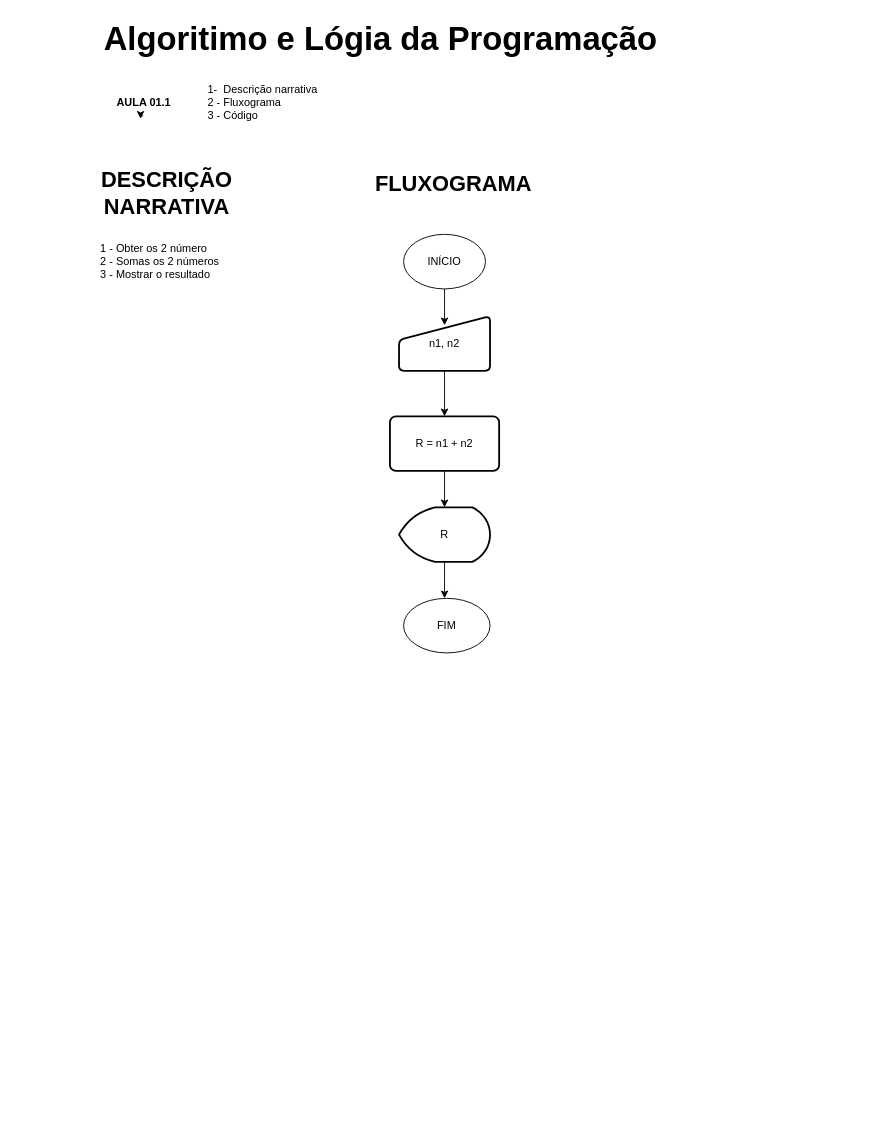
ligialopes88/estudos-python keeps this draw.io diagram as diagrama_aula_01-1.drawio. Above is the earlier version. Source tidied: cells renumbered, new cells numbered last; positions are measured from the earlier drawing's top-left corner, leaving out a move shared by most shapes. Both pictures are drawn from the tidied source at 91%, with x=0, y=0 at pixel (80, 15).
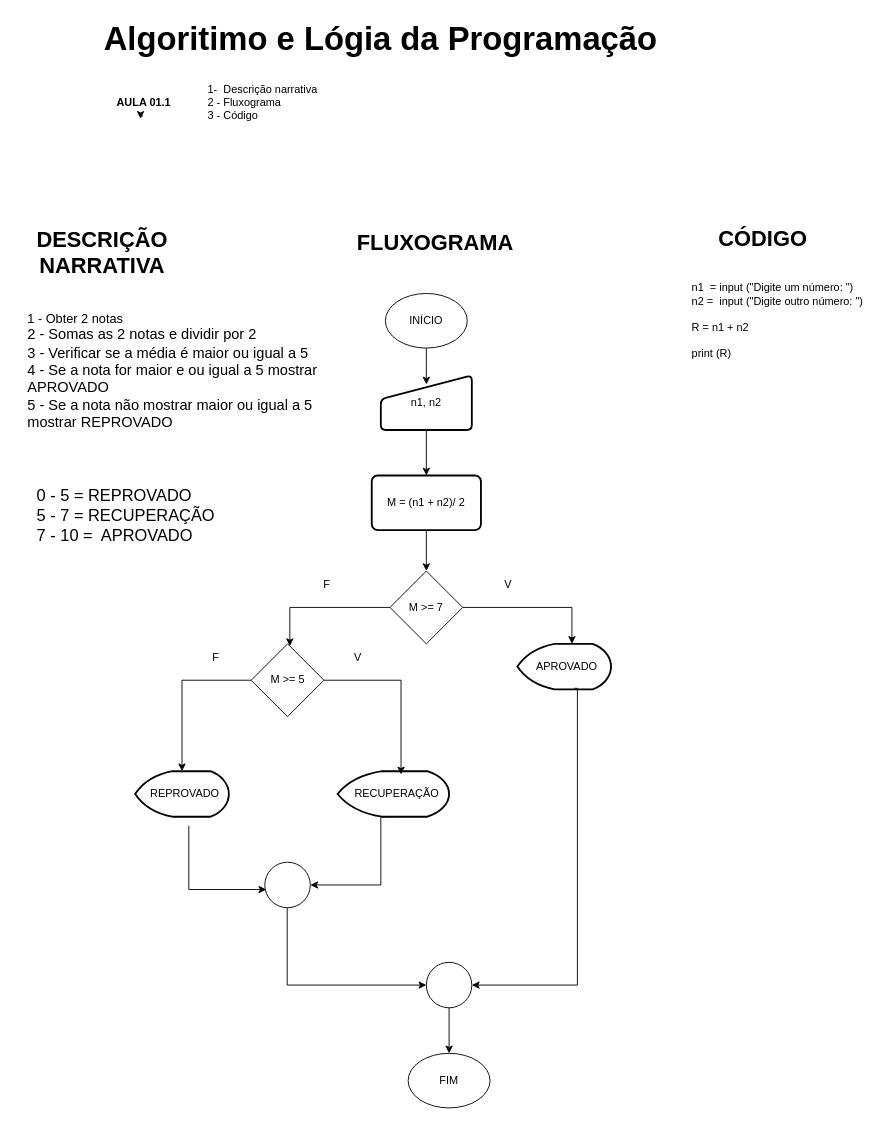
The same page after the edit.

Change to the diagram source:
```diff
@@
-    <mxCell id="6" value="&lt;div style=&quot;&quot;&gt;&lt;span style=&quot;background-color: transparent; color: light-dark(rgb(0, 0, 0), rgb(255, 255, 255));&quot;&gt;1 - Obter os 2 número&lt;/span&gt;&lt;/div&gt;&lt;div style=&quot;&quot;&gt;2 - Somas os 2 números&lt;/div&gt;&lt;div style=&quot;&quot;&gt;3 - Mostrar o resultado&lt;/div&gt;" style="text;html=1;whiteSpace=wrap;strokeColor=none;fillColor=none;align=left;verticalAlign=middle;rounded=0;" parent="1" vertex="1">
-      <mxGeometry x="20" y="255" width="180" height="30" as="geometry" />
+    <mxCell id="6" value="&lt;div style=&quot;&quot;&gt;&lt;span style=&quot;background-color: transparent; color: light-dark(rgb(0, 0, 0), rgb(255, 255, 255));&quot;&gt;&lt;font style=&quot;font-size: 14px;&quot;&gt;1 - Obter 2 notas&lt;/font&gt;&lt;/span&gt;&lt;/div&gt;&lt;div style=&quot;&quot;&gt;&lt;font size=&quot;3&quot;&gt;2 - Somas as 2 notas e dividir por 2&lt;/font&gt;&lt;/div&gt;&lt;div style=&quot;&quot;&gt;&lt;font size=&quot;3&quot;&gt;3 - Verificar se a média é maior ou igual a 5&lt;/font&gt;&lt;/div&gt;&lt;div style=&quot;&quot;&gt;&lt;font size=&quot;3&quot;&gt;4 - Se a nota for maior e ou igual a 5 mostrar APROVADO&lt;/font&gt;&lt;/div&gt;&lt;div style=&quot;&quot;&gt;&lt;font size=&quot;3&quot;&gt;5 - Se a nota não mostrar maior ou igual a 5 mostrar REPROVADO&lt;/font&gt;&lt;/div&gt;" style="text;html=1;whiteSpace=wrap;strokeColor=none;fillColor=none;align=left;verticalAlign=middle;rounded=0;" parent="1" vertex="1">
+      <mxGeometry x="-60" y="300" width="361" height="180" as="geometry" />
     </mxCell>
     <mxCell id="7" value="&lt;font style=&quot;font-size: 24px;&quot;&gt;&lt;b&gt;DESCRIÇÃO NARRATIVA&lt;/b&gt;&lt;/font&gt;" style="text;html=1;whiteSpace=wrap;strokeColor=none;fillColor=none;align=center;verticalAlign=middle;rounded=0;" parent="1" vertex="1">
-      <mxGeometry y="180" width="190" height="30" as="geometry" />
+      <mxGeometry x="-71" y="245" width="190" height="30" as="geometry" />
     </mxCell>
     <mxCell id="8" style="edgeStyle=orthogonalEdgeStyle;rounded=0;jettySize=auto;html=1;" parent="1" edge="1" source="9">
       <mxGeometry relative="1" as="geometry">
-        <mxPoint x="400" y="340" as="targetPoint" />
+        <mxPoint x="380" y="405" as="targetPoint" />
       </mxGeometry>
     </mxCell>
     <mxCell id="9" value="INÍCIO" style="ellipse;whiteSpace=wrap;html=1;" parent="1" vertex="1">
-      <mxGeometry x="355" y="240" width="90" height="60" as="geometry" />
+      <mxGeometry x="335" y="305" width="90" height="60" as="geometry" />
     </mxCell>
@@
     <mxCell id="11" value="n1, n2" style="html=1;strokeWidth=2;shape=manualInput;whiteSpace=wrap;rounded=1;size=26;arcSize=11;" parent="1" vertex="1">
-      <mxGeometry x="350" y="330" width="100" height="60" as="geometry" />
+      <mxGeometry x="330" y="395" width="100" height="60" as="geometry" />
     </mxCell>
-    <mxCell id="12" style="edgeStyle=orthogonalEdgeStyle;rounded=0;jettySize=auto;html=1;" parent="1" edge="1" source="13" target="15">
+    <mxCell id="12" style="edgeStyle=orthogonalEdgeStyle;rounded=0;jettySize=auto;html=1;" parent="1" edge="1" source="13" target="22">
       <mxGeometry relative="1" as="geometry" />
     </mxCell>
-    <mxCell id="13" value="R = n1 + n2" style="whiteSpace=wrap;html=1;strokeWidth=2;rounded=1;arcSize=11;" parent="1" vertex="1">
-      <mxGeometry x="340" y="440" width="120" height="60" as="geometry" />
+    <mxCell id="13" value="M = (n1 + n2)/ 2" style="whiteSpace=wrap;html=1;strokeWidth=2;rounded=1;arcSize=11;" parent="1" vertex="1">
+      <mxGeometry x="320" y="505" width="120" height="60" as="geometry" />
     </mxCell>
-    <mxCell id="14" style="edgeStyle=orthogonalEdgeStyle;rounded=0;jettySize=auto;html=1;" parent="1" edge="1" source="15">
-      <mxGeometry relative="1" as="geometry">
-        <mxPoint x="400" y="640" as="targetPoint" />
-      </mxGeometry>
-    </mxCell>
-    <mxCell id="15" value="R" style="strokeWidth=2;html=1;shape=mxgraph.flowchart.display;whiteSpace=wrap;" parent="1" vertex="1">
-      <mxGeometry x="350" y="540" width="100" height="60" as="geometry" />
-    </mxCell>
+    <mxCell id="17" value="&lt;font style=&quot;font-size: 24px;&quot;&gt;&lt;b style=&quot;&quot;&gt;FLUXOGRAMA&lt;/b&gt;&lt;/font&gt;" style="text;html=1;whiteSpace=wrap;strokeColor=none;fillColor=none;align=center;verticalAlign=middle;rounded=0;" parent="1" vertex="1">
+      <mxGeometry x="360" y="235" width="60" height="30" as="geometry" />
+    </mxCell>
+    <mxCell id="18" value="&lt;font style=&quot;font-size: 24px;&quot;&gt;&lt;b style=&quot;&quot;&gt;CÓDIGO&lt;/b&gt;&lt;/font&gt;" style="text;html=1;whiteSpace=wrap;strokeColor=none;fillColor=none;align=center;verticalAlign=middle;rounded=0;" parent="1" vertex="1">
+      <mxGeometry x="720" y="230" width="60" height="30" as="geometry" />
+    </mxCell>
+    <mxCell id="19" value="&lt;div style=&quot;&quot;&gt;n1&amp;nbsp; = input (&quot;Digite um número: &quot;)&lt;/div&gt;&lt;div style=&quot;&quot;&gt;n2 =&amp;nbsp; input (&quot;Digite outro número: &quot;)&lt;/div&gt;&lt;div style=&quot;&quot;&gt;&lt;br&gt;&lt;/div&gt;&lt;div style=&quot;&quot;&gt;R = n1 + n2&lt;/div&gt;&lt;div style=&quot;&quot;&gt;&lt;br&gt;&lt;/div&gt;&lt;div style=&quot;&quot;&gt;print (R)&lt;/div&gt;" style="text;html=1;whiteSpace=wrap;strokeColor=none;fillColor=none;align=left;verticalAlign=middle;rounded=0;" parent="1" vertex="1">
+      <mxGeometry x="670" y="320" width="210" height="30" as="geometry" />
+    </mxCell>
+    <mxCell id="20" style="edgeStyle=orthogonalEdgeStyle;rounded=0;jettySize=auto;html=1;" parent="1" edge="1" source="22" target="23">
+      <mxGeometry relative="1" as="geometry">
+        <Array as="points">
+          <mxPoint x="540" y="650" />
+        </Array>
+      </mxGeometry>
+    </mxCell>
+    <mxCell id="21" style="edgeStyle=orthogonalEdgeStyle;rounded=0;jettySize=auto;html=1;" parent="1" edge="1" source="32" target="24">
+      <mxGeometry relative="1" as="geometry" />
+    </mxCell>
+    <mxCell id="22" value="M &amp;gt;= 7" style="rhombus;whiteSpace=wrap;html=1;" parent="1" vertex="1">
+      <mxGeometry x="340" y="610" width="80" height="80" as="geometry" />
+    </mxCell>
+    <mxCell id="23" value="&amp;nbsp; APROVADO" style="strokeWidth=2;html=1;shape=mxgraph.flowchart.display;whiteSpace=wrap;" parent="1" vertex="1">
+      <mxGeometry x="480" y="690" width="103" height="50" as="geometry" />
+    </mxCell>
+    <mxCell id="24" value="&amp;nbsp; REPROVADO" style="strokeWidth=2;html=1;shape=mxgraph.flowchart.display;whiteSpace=wrap;" parent="1" vertex="1">
+      <mxGeometry x="60" y="830" width="103" height="50" as="geometry" />
+    </mxCell>
+    <mxCell id="25" value="V" style="text;html=1;whiteSpace=wrap;strokeColor=none;fillColor=none;align=center;verticalAlign=middle;rounded=0;" parent="1" vertex="1">
+      <mxGeometry x="440" y="610" width="60" height="30" as="geometry" />
+    </mxCell>
+    <mxCell id="26" value="F" style="text;html=1;whiteSpace=wrap;strokeColor=none;fillColor=none;align=center;verticalAlign=middle;rounded=0;" parent="1" vertex="1">
+      <mxGeometry x="241" y="610" width="60" height="30" as="geometry" />
+    </mxCell>
+    <mxCell id="27" style="edgeStyle=orthogonalEdgeStyle;rounded=0;jettySize=auto;html=1;" parent="1" edge="1" source="28" target="16">
+      <mxGeometry relative="1" as="geometry">
+        <Array as="points">
+          <mxPoint x="405" y="1200" />
+          <mxPoint x="405" y="1200" />
+        </Array>
+      </mxGeometry>
+    </mxCell>
+    <mxCell id="28" style="ellipse;whiteSpace=wrap;html=1;" parent="1" vertex="1">
+      <mxGeometry x="380" y="1040" width="50" height="50" as="geometry" />
+    </mxCell>
+    <mxCell id="29" style="edgeStyle=orthogonalEdgeStyle;rounded=0;jettySize=auto;html=1;exitX=0.61;exitY=0.977;exitDx=0;exitDy=0;exitPerimeter=0;entryX=1;entryY=0.5;entryDx=0;entryDy=0;" parent="1" edge="1" source="23" target="28">
+      <mxGeometry relative="1" as="geometry">
+        <Array as="points">
+          <mxPoint x="546" y="739" />
+          <mxPoint x="546" y="1065" />
+        </Array>
+      </mxGeometry>
+    </mxCell>
     <mxCell id="16" value="FIM" style="ellipse;whiteSpace=wrap;html=1;" parent="1" vertex="1">
-      <mxGeometry x="355" y="640" width="95" height="60" as="geometry" />
+      <mxGeometry x="360" y="1140" width="90" height="60" as="geometry" />
     </mxCell>
-    <mxCell id="17" value="&lt;font style=&quot;font-size: 24px;&quot;&gt;&lt;b style=&quot;&quot;&gt;FLUXOGRAMA&lt;/b&gt;&lt;/font&gt;" style="text;html=1;whiteSpace=wrap;strokeColor=none;fillColor=none;align=center;verticalAlign=middle;rounded=0;" parent="1" vertex="1">
-      <mxGeometry x="380" y="170" width="60" height="30" as="geometry" />
-    </mxCell>
+    <mxCell id="30" value="&lt;div style=&quot;text-align: left;&quot;&gt;&lt;span style=&quot;font-size: 18px; background-color: transparent; color: light-dark(rgb(0, 0, 0), rgb(255, 255, 255));&quot;&gt;0 - 5 = REPROVADO&lt;/span&gt;&lt;/div&gt;&lt;div&gt;&lt;font style=&quot;font-size: 18px;&quot;&gt;5 - 7 = RECUPERAÇÃO&lt;/font&gt;&lt;/div&gt;&lt;div style=&quot;text-align: left;&quot;&gt;&lt;font style=&quot;font-size: 18px;&quot;&gt;7 - 10 =&amp;nbsp; APROVADO&lt;/font&gt;&lt;/div&gt;" style="text;html=1;whiteSpace=wrap;strokeColor=none;fillColor=none;align=center;verticalAlign=middle;rounded=0;" parent="1" vertex="1">
+      <mxGeometry x="-60" y="490" width="220" height="120" as="geometry" />
+    </mxCell>
+    <mxCell id="31" style="edgeStyle=orthogonalEdgeStyle;rounded=0;jettySize=auto;html=1;" parent="1" edge="1" source="22" target="32">
+      <mxGeometry relative="1" as="geometry">
+        <Array as="points">
+          <mxPoint x="230" y="650" />
+        </Array>
+      </mxGeometry>
+    </mxCell>
+    <mxCell id="32" value="M &amp;gt;= 5" style="rhombus;whiteSpace=wrap;html=1;" parent="1" vertex="1">
+      <mxGeometry x="187.5" y="690" width="80" height="80" as="geometry" />
+    </mxCell>
+    <mxCell id="33" value="&amp;nbsp; RECUPERAÇÃO" style="strokeWidth=2;html=1;shape=mxgraph.flowchart.display;whiteSpace=wrap;" parent="1" vertex="1">
+      <mxGeometry x="282.5" y="830" width="122.5" height="50" as="geometry" />
+    </mxCell>
+    <mxCell id="34" style="edgeStyle=orthogonalEdgeStyle;rounded=0;jettySize=auto;html=1;exitX=1;exitY=0.5;exitDx=0;exitDy=0;entryX=0.569;entryY=0.07;entryDx=0;entryDy=0;entryPerimeter=0;" parent="1" edge="1" source="32" target="33">
+      <mxGeometry relative="1" as="geometry">
+        <Array as="points">
+          <mxPoint x="352" y="730" />
+        </Array>
+      </mxGeometry>
+    </mxCell>
+    <mxCell id="35" value="F" style="text;html=1;whiteSpace=wrap;strokeColor=none;fillColor=none;align=center;verticalAlign=middle;rounded=0;" parent="1" vertex="1">
+      <mxGeometry x="119" y="690" width="60" height="30" as="geometry" />
+    </mxCell>
+    <mxCell id="36" value="V" style="text;html=1;whiteSpace=wrap;strokeColor=none;fillColor=none;align=center;verticalAlign=middle;rounded=0;" parent="1" vertex="1">
+      <mxGeometry x="275" y="690" width="60" height="30" as="geometry" />
+    </mxCell>
+    <mxCell id="37" style="edgeStyle=orthogonalEdgeStyle;rounded=0;jettySize=auto;html=1;exitX=0.5;exitY=1;exitDx=0;exitDy=0;exitPerimeter=0;entryX=1;entryY=0.5;entryDx=0;entryDy=0;" parent="1" edge="1" source="33" target="38">
+      <mxGeometry relative="1" as="geometry">
+        <Array as="points">
+          <mxPoint x="330" y="880" />
+          <mxPoint x="330" y="955" />
+        </Array>
+      </mxGeometry>
+    </mxCell>
+    <mxCell id="38" style="ellipse;whiteSpace=wrap;html=1;" parent="1" vertex="1">
+      <mxGeometry x="202.5" y="930" width="50" height="50" as="geometry" />
+    </mxCell>
+    <mxCell id="39" style="edgeStyle=orthogonalEdgeStyle;rounded=0;orthogonalLoop=1;jettySize=auto;html=1;exitX=0.595;exitY=1.003;exitDx=0;exitDy=0;exitPerimeter=0;entryX=0.077;entryY=0.403;entryDx=0;entryDy=0;entryPerimeter=0;" parent="1" edge="1">
+      <mxGeometry relative="1" as="geometry">
+        <mxPoint x="119" y="890" as="sourcePoint" />
+        <mxPoint x="204.1" y="960" as="targetPoint" />
+        <Array as="points">
+          <mxPoint x="118.7" y="959.8" />
+        </Array>
+      </mxGeometry>
+    </mxCell>
+    <mxCell id="40" style="edgeStyle=orthogonalEdgeStyle;rounded=0;jettySize=auto;html=1;entryX=0;entryY=0.5;entryDx=0;entryDy=0;" parent="1" edge="1" target="28">
+      <mxGeometry relative="1" as="geometry">
+        <mxPoint x="227.1" y="980" as="sourcePoint" />
+        <Array as="points">
+          <mxPoint x="227" y="1065" />
+        </Array>
+      </mxGeometry>
+    </mxCell>
```
